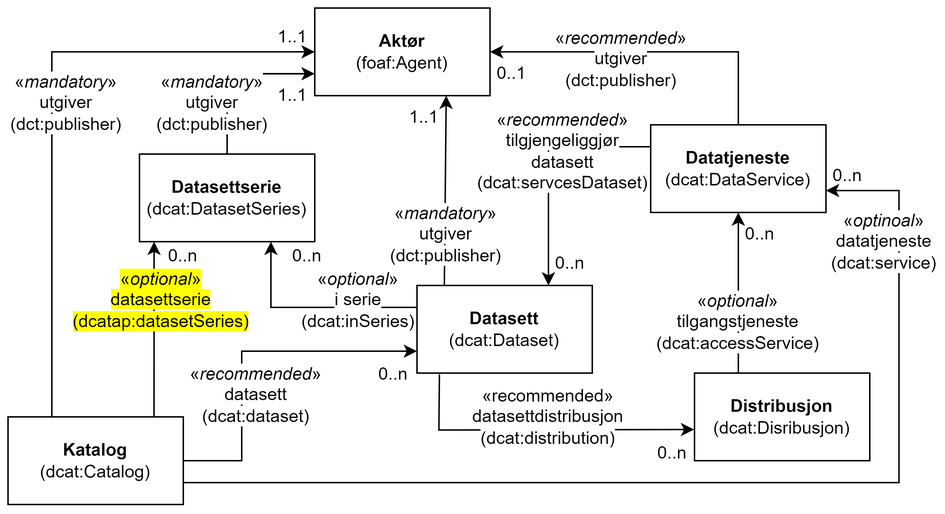
This is docs/images/DCAT-AP-NO-forenklet-modell.png from Informasjonsforvaltning/dcat-ap-no, a draw.io export, as it was before one commit. Source tidied: cells renumbered, new cells last; positions are measured from the earlier drawing's top-left corner, leaving out a move shared by most shapes.
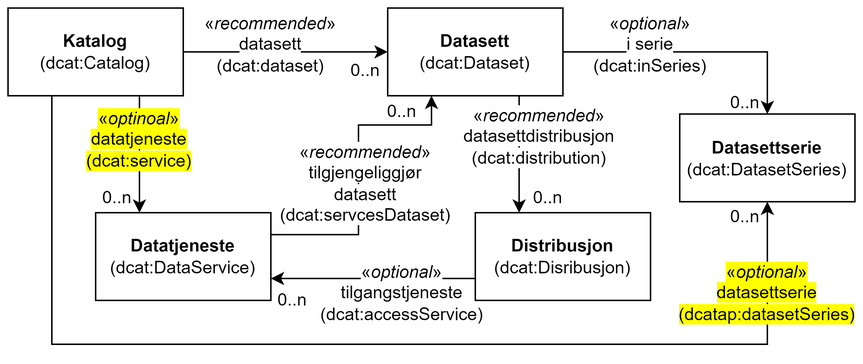
The same diagram one commit later.

Commit message:
Enda mer forenklet modell

What changed in the source:
```diff
@@ -2,164 +2,98 @@
   <root>
     <mxCell id="0" />
     <mxCell id="1" parent="0" />
+    <mxCell id="6" value="&lt;b&gt;Katalog&lt;br&gt;&lt;/b&gt;(dcat:Catalog)" style="rounded=0;whiteSpace=wrap;html=1;" parent="1" vertex="1">
+      <mxGeometry x="-50" y="60" width="120" height="60" as="geometry" />
+    </mxCell>
     <mxCell id="2" value="&lt;b&gt;Datasett&lt;/b&gt;&lt;br&gt;(dcat:Dataset)" style="rounded=0;whiteSpace=wrap;html=1;" parent="1" vertex="1">
-      <mxGeometry x="280" y="190" width="120" height="60" as="geometry" />
+      <mxGeometry x="210" y="60" width="120" height="60" as="geometry" />
     </mxCell>
+    <mxCell id="41" style="endArrow=classic;html=1;rounded=0;exitX=1;exitY=0.5;exitDx=0;exitDy=0;entryX=0;entryY=0.5;entryDx=0;entryDy=0;" parent="1" edge="1" source="6" target="2">
+      <mxGeometry relative="1" as="geometry" />
+    </mxCell>
+    <mxCell id="27" value="&lt;span style=&quot;background-color: rgb(255, 255, 255);&quot;&gt;«&lt;i&gt;recommended&lt;/i&gt;»&lt;br&gt;datasett&lt;br&gt;(dcat:dataset)&lt;/span&gt;" style="text;html=1;strokeColor=none;fillColor=none;align=center;verticalAlign=middle;whiteSpace=wrap;rounded=0;" parent="1" vertex="1">
+      <mxGeometry x="100" y="70" width="60" height="30" as="geometry" />
+    </mxCell>
+    <mxCell id="42" value="0..n" style="text;html=1;strokeColor=none;fillColor=none;align=center;verticalAlign=middle;whiteSpace=wrap;rounded=0;" parent="1" vertex="1">
+      <mxGeometry x="180" y="92.5" width="30" height="20" as="geometry" />
+    </mxCell>
+    <mxCell id="7" value="&lt;b&gt;Datatjeneste&lt;br&gt;&lt;/b&gt;(dcat:DataService)" style="rounded=0;whiteSpace=wrap;html=1;" parent="1" vertex="1">
+      <mxGeometry x="10" y="200" width="120" height="60" as="geometry" />
+    </mxCell>
     <mxCell id="3" value="&lt;b&gt;Distribusjon&lt;/b&gt;&lt;br&gt;(dcat:Disribusjon)" style="rounded=0;whiteSpace=wrap;html=1;" parent="1" vertex="1">
-      <mxGeometry x="470" y="250" width="120" height="60" as="geometry" />
+      <mxGeometry x="270" y="200" width="120" height="60" as="geometry" />
     </mxCell>
+    <mxCell id="8" style="endArrow=classic;html=1;rounded=0;entryX=0.25;entryY=0;entryDx=0;entryDy=0;exitX=0.75;exitY=1;exitDx=0;exitDy=0;" parent="1" edge="1" source="2" target="3">
+      <mxGeometry relative="1" as="geometry" />
+    </mxCell>
+    <mxCell id="43" value="0..n" style="text;html=1;strokeColor=none;fillColor=none;align=center;verticalAlign=middle;whiteSpace=wrap;rounded=0;" parent="1" vertex="1">
+      <mxGeometry x="305" y="180" width="30" height="20" as="geometry" />
+    </mxCell>
     <mxCell id="4" value="&lt;b&gt;Datasettserie&lt;/b&gt;&lt;br&gt;(dcat:DatasetSeries)" style="rounded=0;whiteSpace=wrap;html=1;" parent="1" vertex="1">
-      <mxGeometry x="90" y="100" width="120" height="60" as="geometry" />
+      <mxGeometry x="410" y="132.5" width="120" height="60" as="geometry" />
     </mxCell>
-    <mxCell id="5" value="&lt;b&gt;Aktør&lt;/b&gt;&lt;br&gt;(foaf:Agent)" style="rounded=0;whiteSpace=wrap;html=1;" parent="1" vertex="1">
-      <mxGeometry x="210" width="120" height="60" as="geometry" />
-    </mxCell>
-    <mxCell id="6" value="&lt;b&gt;Katalog&lt;br&gt;&lt;/b&gt;(dcat:Catalog)" style="rounded=0;whiteSpace=wrap;html=1;" parent="1" vertex="1">
-      <mxGeometry y="280" width="120" height="60" as="geometry" />
-    </mxCell>
-    <mxCell id="7" value="&lt;b&gt;Datatjeneste&lt;br&gt;&lt;/b&gt;(dcat:DataService)" style="rounded=0;whiteSpace=wrap;html=1;" parent="1" vertex="1">
-      <mxGeometry x="440" y="80" width="120" height="60" as="geometry" />
-    </mxCell>
-    <mxCell id="8" style="endArrow=classic;html=1;rounded=0;entryX=-0.002;entryY=0.644;entryDx=0;entryDy=0;exitX=0.128;exitY=1.014;exitDx=0;exitDy=0;exitPerimeter=0;entryPerimeter=0;" parent="1" edge="1" source="2" target="3">
-      <mxGeometry relative="1" as="geometry">
-        <Array as="points">
-          <mxPoint x="295" y="289" />
-        </Array>
-      </mxGeometry>
-    </mxCell>
-    <mxCell id="9" value="0..n" style="text;html=1;strokeColor=none;fillColor=none;align=center;verticalAlign=middle;whiteSpace=wrap;rounded=0;" parent="1" vertex="1">
-      <mxGeometry x="440" y="290" width="30" height="30" as="geometry" />
-    </mxCell>
-    <mxCell id="10" style="endArrow=classic;html=1;rounded=0;exitX=0.833;exitY=0;exitDx=0;exitDy=0;exitPerimeter=0;" parent="1" edge="1" source="6">
-      <mxGeometry relative="1" as="geometry">
-        <mxPoint x="100" y="160" as="targetPoint" />
-      </mxGeometry>
-    </mxCell>
-    <mxCell id="11" value="&lt;span style=&quot;background-color: rgb(255, 255, 0);&quot;&gt;«&lt;i&gt;optional&lt;/i&gt;»&lt;br&gt;datasettserie&lt;br&gt;(dcatap:datasetSeries)&lt;/span&gt;" style="text;html=1;strokeColor=none;fillColor=none;align=center;verticalAlign=middle;whiteSpace=wrap;rounded=0;" parent="1" vertex="1">
-      <mxGeometry x="75" y="185" width="60" height="30" as="geometry" />
-    </mxCell>
-    <mxCell id="12" value="0..n" style="text;html=1;strokeColor=none;fillColor=none;align=center;verticalAlign=middle;whiteSpace=wrap;rounded=0;" parent="1" vertex="1">
-      <mxGeometry x="105" y="155" width="30" height="30" as="geometry" />
-    </mxCell>
+    <mxCell id="44" value="0..n" style="text;html=1;strokeColor=none;fillColor=none;align=center;verticalAlign=middle;whiteSpace=wrap;rounded=0;" parent="1" vertex="1">
+      <mxGeometry x="440" y="192.5" width="30" height="20" as="geometry" />
+    </mxCell>
+    <mxCell id="45" value="0..n" style="text;html=1;strokeColor=none;fillColor=none;align=center;verticalAlign=middle;whiteSpace=wrap;rounded=0;" parent="1" vertex="1">
+      <mxGeometry x="205" y="116" width="30" height="30" as="geometry" />
+    </mxCell>
-    <mxCell id="13" style="endArrow=classic;html=1;rounded=0;entryX=0.75;entryY=1;entryDx=0;entryDy=0;exitX=0;exitY=0.25;exitDx=0;exitDy=0;" parent="1" edge="1" source="2" target="4">
+    <mxCell id="13" style="endArrow=classic;html=1;rounded=0;entryX=0.5;entryY=0;entryDx=0;entryDy=0;exitX=1;exitY=0.5;exitDx=0;exitDy=0;" parent="1" edge="1" source="2" target="4">
       <mxGeometry relative="1" as="geometry">
         <Array as="points">
-          <mxPoint x="180" y="205" />
+          <mxPoint x="470" y="90" />
         </Array>
       </mxGeometry>
     </mxCell>
     <mxCell id="14" value="&lt;span style=&quot;background-color: rgb(255, 255, 255);&quot;&gt;«&lt;i&gt;optional&lt;/i&gt;»&lt;br&gt;i serie&lt;br&gt;(dcat:inSeries)&lt;/span&gt;" style="text;html=1;strokeColor=none;fillColor=none;align=center;verticalAlign=middle;whiteSpace=wrap;rounded=0;" parent="1" vertex="1">
-      <mxGeometry x="210" y="185" width="60" height="30" as="geometry" />
+      <mxGeometry x="360" y="70" width="60" height="30" as="geometry" />
     </mxCell>
-    <mxCell id="15" value="0..n" style="text;html=1;strokeColor=none;fillColor=none;align=center;verticalAlign=middle;whiteSpace=wrap;rounded=0;" parent="1" vertex="1">
-      <mxGeometry x="190" y="155" width="30" height="30" as="geometry" />
-    </mxCell>
-    <mxCell id="16" style="endArrow=classic;html=1;rounded=0;exitX=0;exitY=0.25;exitDx=0;exitDy=0;" parent="1" edge="1" source="7">
-      <mxGeometry relative="1" as="geometry">
-        <mxPoint x="370" y="190" as="targetPoint" />
-        <Array as="points">
-          <mxPoint x="370" y="95" />
-        </Array>
-      </mxGeometry>
-    </mxCell>
+    <mxCell id="46" style="endArrow=classic;html=1;rounded=0;exitX=1;exitY=0.25;exitDx=0;exitDy=0;entryX=0.25;entryY=1;entryDx=0;entryDy=0;" parent="1" edge="1" source="7" target="2">
+      <mxGeometry relative="1" as="geometry">
+        <Array as="points">
+          <mxPoint x="190" y="215" />
+          <mxPoint x="190" y="140" />
+          <mxPoint x="240" y="140" />
+        </Array>
+      </mxGeometry>
+    </mxCell>
     <mxCell id="17" value="&lt;span style=&quot;background-color: rgb(255, 255, 255);&quot;&gt;«&lt;i&gt;recommended&lt;/i&gt;»&lt;br&gt;tilgjengeliggjør datasett&lt;br&gt;(dcat:servcesDataset)&lt;/span&gt;" style="text;html=1;strokeColor=none;fillColor=none;align=center;verticalAlign=middle;whiteSpace=wrap;rounded=0;" parent="1" vertex="1">
-      <mxGeometry x="350" y="80" width="60" height="35" as="geometry" />
+      <mxGeometry x="165" y="162.5" width="60" height="35" as="geometry" />
     </mxCell>
-    <mxCell id="18" value="0..n" style="text;html=1;strokeColor=none;fillColor=none;align=center;verticalAlign=middle;whiteSpace=wrap;rounded=0;" parent="1" vertex="1">
-      <mxGeometry x="560" y="100" width="30" height="30" as="geometry" />
-    </mxCell>
-    <mxCell id="19" style="endArrow=classic;html=1;rounded=0;entryX=0.5;entryY=1;entryDx=0;entryDy=0;exitX=0.25;exitY=0;exitDx=0;exitDy=0;" parent="1" edge="1" source="3" target="7">
+    <mxCell id="19" style="endArrow=classic;html=1;rounded=0;exitX=0;exitY=0.75;exitDx=0;exitDy=0;entryX=1;entryY=0.75;entryDx=0;entryDy=0;" parent="1" edge="1" source="3" target="7">
       <mxGeometry relative="1" as="geometry" />
     </mxCell>
     <mxCell id="20" value="&lt;span style=&quot;background-color: rgb(255, 255, 255);&quot;&gt;«&lt;i&gt;optional&lt;/i&gt;»&lt;br&gt;tilgangstjeneste&lt;br&gt;(dcat:accessService)&lt;/span&gt;" style="text;html=1;strokeColor=none;fillColor=none;align=center;verticalAlign=middle;whiteSpace=wrap;rounded=0;" parent="1" vertex="1">
-      <mxGeometry x="470" y="200" width="60" height="30" as="geometry" />
+      <mxGeometry x="190" y="240" width="60" height="30" as="geometry" />
     </mxCell>
-    <mxCell id="21" value="0..n" style="text;html=1;strokeColor=none;fillColor=none;align=center;verticalAlign=middle;whiteSpace=wrap;rounded=0;" parent="1" vertex="1">
-      <mxGeometry x="500" y="140" width="30" height="30" as="geometry" />
-    </mxCell>
+    <mxCell id="47" value="0..n" style="text;html=1;strokeColor=none;fillColor=none;align=center;verticalAlign=middle;whiteSpace=wrap;rounded=0;" parent="1" vertex="1">
+      <mxGeometry x="130" y="250" width="30" height="20" as="geometry" />
+    </mxCell>
-    <mxCell id="22" style="endArrow=classic;html=1;rounded=0;exitX=1;exitY=0.75;exitDx=0;exitDy=0;entryX=1;entryY=0.75;entryDx=0;entryDy=0;" parent="1" edge="1" source="6" target="7">
-      <mxGeometry relative="1" as="geometry">
-        <Array as="points">
-          <mxPoint x="610" y="325" />
-          <mxPoint x="610" y="125" />
-        </Array>
-      </mxGeometry>
+    <mxCell id="22" style="endArrow=classic;html=1;rounded=0;exitX=0.75;exitY=1;exitDx=0;exitDy=0;entryX=0.25;entryY=0;entryDx=0;entryDy=0;" parent="1" edge="1" source="6" target="7">
+      <mxGeometry relative="1" as="geometry" />
     </mxCell>
-    <mxCell id="23" value="&lt;span style=&quot;background-color: rgb(255, 255, 255);&quot;&gt;«&lt;i&gt;optinoal&lt;/i&gt;»&lt;br&gt;datatjeneste&lt;br&gt;(dcat:service)&lt;/span&gt;" style="text;html=1;strokeColor=none;fillColor=none;align=center;verticalAlign=middle;whiteSpace=wrap;rounded=0;" parent="1" vertex="1">
-      <mxGeometry x="570" y="145" width="60" height="30" as="geometry" />
+    <mxCell id="23" value="&lt;span style=&quot;background-color: rgb(255, 255, 0);&quot;&gt;«&lt;i style=&quot;&quot;&gt;optinoal&lt;/i&gt;»&lt;br&gt;datatjeneste&lt;br&gt;(dcat:service)&lt;/span&gt;" style="text;html=1;strokeColor=none;fillColor=none;align=center;verticalAlign=middle;whiteSpace=wrap;rounded=0;" parent="1" vertex="1">
+      <mxGeometry x="10" y="135" width="60" height="30" as="geometry" />
     </mxCell>
-    <mxCell id="24" value="0..n" style="text;html=1;strokeColor=none;fillColor=none;align=center;verticalAlign=middle;whiteSpace=wrap;rounded=0;" parent="1" vertex="1">
-      <mxGeometry x="370" y="160" width="30" height="30" as="geometry" />
-    </mxCell>
-    <mxCell id="25" style="endArrow=classic;html=1;rounded=0;entryX=0;entryY=0.75;entryDx=0;entryDy=0;" parent="1" edge="1" target="2">
-      <mxGeometry relative="1" as="geometry">
-        <mxPoint x="120" y="310" as="sourcePoint" />
-        <Array as="points">
-          <mxPoint x="160" y="310" />
-          <mxPoint x="160" y="270" />
-          <mxPoint x="160" y="235" />
-        </Array>
-      </mxGeometry>
-    </mxCell>
-    <mxCell id="26" value="0..n" style="text;html=1;strokeColor=none;fillColor=none;align=center;verticalAlign=middle;whiteSpace=wrap;rounded=0;" parent="1" vertex="1">
-      <mxGeometry x="249" y="236" width="30" height="30" as="geometry" />
-    </mxCell>
-    <mxCell id="27" value="&lt;span style=&quot;background-color: rgb(255, 255, 255);&quot;&gt;«&lt;i&gt;recommended&lt;/i&gt;»&lt;br&gt;datasett&lt;br&gt;(dcat:dataset)&lt;/span&gt;" style="text;html=1;strokeColor=none;fillColor=none;align=center;verticalAlign=middle;whiteSpace=wrap;rounded=0;" parent="1" vertex="1">
-      <mxGeometry x="140" y="250" width="60" height="30" as="geometry" />
-    </mxCell>
-    <mxCell id="28" value="&lt;span style=&quot;background-color: rgb(255, 255, 255);&quot;&gt;«recommended»&lt;br&gt;datasettdistribusjon&lt;br&gt;(dcat:distribution)&lt;/span&gt;" style="text;html=1;strokeColor=none;fillColor=none;align=center;verticalAlign=middle;whiteSpace=wrap;rounded=0;" parent="1" vertex="1">
-      <mxGeometry x="340" y="265" width="60" height="30" as="geometry" />
-    </mxCell>
-    <mxCell id="29" style="endArrow=classic;html=1;rounded=0;exitX=0.5;exitY=0;exitDx=0;exitDy=0;entryX=1;entryY=0.5;entryDx=0;entryDy=0;" parent="1" edge="1" source="7" target="5">
-      <mxGeometry relative="1" as="geometry">
-        <Array as="points">
-          <mxPoint x="500" y="30" />
-        </Array>
-      </mxGeometry>
-    </mxCell>
-    <mxCell id="30" style="endArrow=classic;html=1;rounded=0;exitX=0.156;exitY=0.005;exitDx=0;exitDy=0;exitPerimeter=0;" parent="1" edge="1" source="2">
-      <mxGeometry relative="1" as="geometry">
-        <mxPoint x="300" y="60" as="targetPoint" />
-      </mxGeometry>
-    </mxCell>
-    <mxCell id="31" style="endArrow=classic;html=1;rounded=0;entryX=0;entryY=0.75;entryDx=0;entryDy=0;exitX=0.5;exitY=0;exitDx=0;exitDy=0;" parent="1" edge="1" source="4" target="5">
-      <mxGeometry relative="1" as="geometry">
-        <Array as="points">
-          <mxPoint x="150" y="45" />
-        </Array>
-      </mxGeometry>
-    </mxCell>
-    <mxCell id="32" value="&lt;span style=&quot;background-color: rgb(255, 255, 255);&quot;&gt;«&lt;i&gt;mandatory&lt;/i&gt;»&lt;br style=&quot;border-color: var(--border-color);&quot;&gt;utgiver&lt;br&gt;(dct:publisher)&lt;/span&gt;" style="text;html=1;strokeColor=none;fillColor=none;align=center;verticalAlign=middle;whiteSpace=wrap;rounded=0;" parent="1" vertex="1">
-      <mxGeometry x="270" y="140" width="60" height="30" as="geometry" />
-    </mxCell>
-    <mxCell id="33" value="1..1" style="text;html=1;strokeColor=none;fillColor=none;align=center;verticalAlign=middle;whiteSpace=wrap;rounded=0;" parent="1" vertex="1">
-      <mxGeometry x="270" y="60" width="30" height="30" as="geometry" />
-    </mxCell>
-    <mxCell id="34" value="&lt;span style=&quot;background-color: rgb(255, 255, 255);&quot;&gt;«&lt;i&gt;mandatory&lt;/i&gt;»&lt;br style=&quot;border-color: var(--border-color);&quot;&gt;utgiver&lt;br&gt;(dct:publisher)&lt;/span&gt;" style="text;html=1;strokeColor=none;fillColor=none;align=center;verticalAlign=middle;whiteSpace=wrap;rounded=0;" parent="1" vertex="1">
-      <mxGeometry x="110" y="50" width="60" height="30" as="geometry" />
-    </mxCell>
-    <mxCell id="35" value="1..1" style="text;html=1;strokeColor=none;fillColor=none;align=center;verticalAlign=middle;whiteSpace=wrap;rounded=0;" parent="1" vertex="1">
-      <mxGeometry x="180" y="50" width="30" height="20" as="geometry" />
-    </mxCell>
-    <mxCell id="36" value="&lt;span style=&quot;background-color: rgb(255, 255, 255);&quot;&gt;«&lt;i&gt;recommended&lt;/i&gt;»&lt;br style=&quot;border-color: var(--border-color);&quot;&gt;utgiver&lt;br&gt;(dct:publisher)&lt;/span&gt;" style="text;html=1;strokeColor=none;fillColor=none;align=center;verticalAlign=middle;whiteSpace=wrap;rounded=0;" parent="1" vertex="1">
-      <mxGeometry x="390" y="20" width="60" height="30" as="geometry" />
-    </mxCell>
-    <mxCell id="37" value="0..1" style="text;html=1;strokeColor=none;fillColor=none;align=center;verticalAlign=middle;whiteSpace=wrap;rounded=0;" parent="1" vertex="1">
-      <mxGeometry x="330" y="30" width="30" height="30" as="geometry" />
-    </mxCell>
-    <mxCell id="38" style="endArrow=classic;html=1;rounded=0;entryX=0;entryY=0.5;entryDx=0;entryDy=0;" parent="1" edge="1" target="5">
-      <mxGeometry relative="1" as="geometry">
-        <mxPoint x="30" y="280" as="sourcePoint" />
-        <Array as="points">
-          <mxPoint x="30" y="30" />
-        </Array>
-      </mxGeometry>
-    </mxCell>
-    <mxCell id="39" value="&lt;span style=&quot;background-color: rgb(255, 255, 255);&quot;&gt;«&lt;i&gt;mandatory&lt;/i&gt;»&lt;br style=&quot;border-color: var(--border-color);&quot;&gt;utgiver&lt;br&gt;(dct:publisher)&lt;/span&gt;" style="text;html=1;strokeColor=none;fillColor=none;align=center;verticalAlign=middle;whiteSpace=wrap;rounded=0;" parent="1" vertex="1">
-      <mxGeometry x="10" y="50" width="60" height="30" as="geometry" />
-    </mxCell>
-    <mxCell id="40" value="1..1" style="text;html=1;strokeColor=none;fillColor=none;align=center;verticalAlign=middle;whiteSpace=wrap;rounded=0;" parent="1" vertex="1">
-      <mxGeometry x="180" y="10" width="30" height="20" as="geometry" />
-    </mxCell>
+    <mxCell id="48" value="0..n" style="text;html=1;strokeColor=none;fillColor=none;align=center;verticalAlign=middle;whiteSpace=wrap;rounded=0;" parent="1" vertex="1">
+      <mxGeometry x="10" y="180" width="30" height="20" as="geometry" />
+    </mxCell>
+    <mxCell id="49" value="&lt;span style=&quot;background-color: rgb(255, 255, 255);&quot;&gt;«&lt;i&gt;recommended&lt;/i&gt;»&lt;br&gt;datasettdistribusjon&lt;br&gt;(dcat:distribution)&lt;/span&gt;" style="text;html=1;strokeColor=none;fillColor=none;align=center;verticalAlign=middle;whiteSpace=wrap;rounded=0;" parent="1" vertex="1">
+      <mxGeometry x="284" y="132.5" width="60" height="30" as="geometry" />
+    </mxCell>
+    <mxCell id="50" style="endArrow=classic;html=1;rounded=0;exitX=0.25;exitY=1;exitDx=0;exitDy=0;entryX=0.5;entryY=1;entryDx=0;entryDy=0;" parent="1" edge="1" source="6" target="4">
+      <mxGeometry relative="1" as="geometry">
+        <Array as="points">
+          <mxPoint x="-20" y="290" />
+          <mxPoint x="470" y="290" />
+        </Array>
+      </mxGeometry>
+    </mxCell>
+    <mxCell id="11" value="&lt;span style=&quot;background-color: rgb(255, 255, 0);&quot;&gt;«&lt;i&gt;optional&lt;/i&gt;»&lt;br&gt;datasettserie&lt;br&gt;(dcatap:datasetSeries)&lt;/span&gt;" style="text;html=1;strokeColor=none;fillColor=none;align=center;verticalAlign=middle;whiteSpace=wrap;rounded=0;" parent="1" vertex="1">
+      <mxGeometry x="440" y="240" width="60" height="30" as="geometry" />
+    </mxCell>
+    <mxCell id="51" value="0..n" style="text;html=1;strokeColor=none;fillColor=none;align=center;verticalAlign=middle;whiteSpace=wrap;rounded=0;" parent="1" vertex="1">
+      <mxGeometry x="440" y="115" width="30" height="20" as="geometry" />
+    </mxCell>
   </root>
 </mxGraphModel>
```
